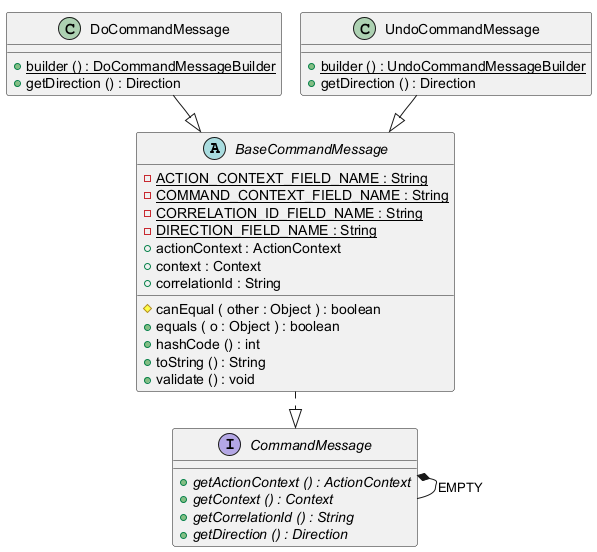
Above: business-logic/documentation/html/images/CoreExecutableCommandMessageModel.puml.png.png in OlegSopilnyak/school-demo (PlantUML), before the change. Its diagram source:
```plantuml
@startuml
!pragma layout smetana

abstract class BaseCommandMessage {
	{field} {static} -ACTION_CONTEXT_FIELD_NAME : String
	{field} {static} -COMMAND_CONTEXT_FIELD_NAME : String
	{field} {static} -CORRELATION_ID_FIELD_NAME : String
	{field} {static} -DIRECTION_FIELD_NAME : String
	{field} +actionContext : ActionContext
	{field} +context : Context
	{field} +correlationId : String
	{method} #canEqual ( other : Object ) : boolean
	{method} +equals ( o : Object ) : boolean
	{method} +hashCode () : int
	{method} +toString () : String
	{method} +validate () : void
}


interface CommandMessage {
	{method}  {abstract} +getActionContext () : ActionContext
	{method}  {abstract} +getContext () : Context
	{method}  {abstract} +getCorrelationId () : String
	{method}  {abstract} +getDirection () : Direction
}


class DoCommandMessage {
	{method}  {static} +builder () : DoCommandMessageBuilder
	{method} +getDirection () : Direction
}


class UndoCommandMessage {
	{method}  {static} +builder () : UndoCommandMessageBuilder
	{method} +getDirection () : Direction
}




BaseCommandMessage ..|>  CommandMessage
CommandMessage *--  CommandMessage : EMPTY
DoCommandMessage --|>  BaseCommandMessage
UndoCommandMessage --|>  BaseCommandMessage


@enduml
```
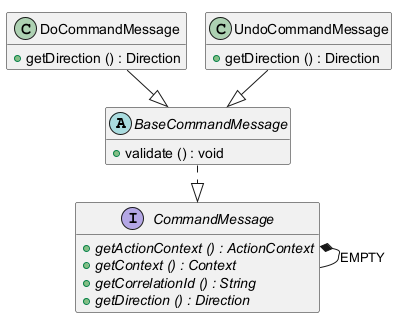
Above is the later version.

The edit, as a diff of the source:
```diff
@@ -9,10 +9,6 @@
 	{field} +actionContext : ActionContext
 	{field} +context : Context
 	{field} +correlationId : String
-	{method} #canEqual ( other : Object ) : boolean
-	{method} +equals ( o : Object ) : boolean
-	{method} +hashCode () : int
-	{method} +toString () : String
 	{method} +validate () : void
 }
 
@@ -26,13 +22,11 @@
 
 
 class DoCommandMessage {
-	{method}  {static} +builder () : DoCommandMessageBuilder
 	{method} +getDirection () : Direction
 }
 
 
 class UndoCommandMessage {
-	{method}  {static} +builder () : UndoCommandMessageBuilder
 	{method} +getDirection () : Direction
 }
 
@@ -44,5 +38,6 @@
 DoCommandMessage --|>  BaseCommandMessage
 UndoCommandMessage --|>  BaseCommandMessage
 
+hide fields
 
 @enduml
```
